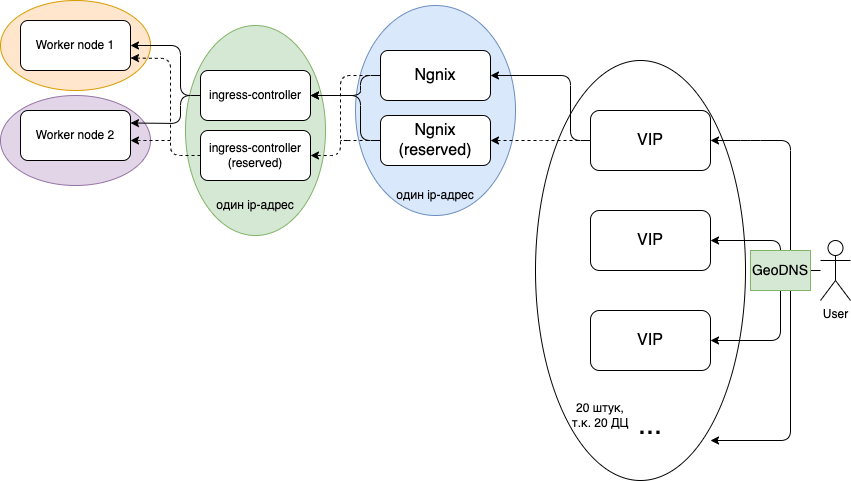
Above: img/local_balancer.png in masharpik/ChadGPT_Highload (draw.io), before the change. Source tidied: cells renumbered, new cells last; positions are measured from the earlier drawing's top-left corner, leaving out a move shared by most shapes.
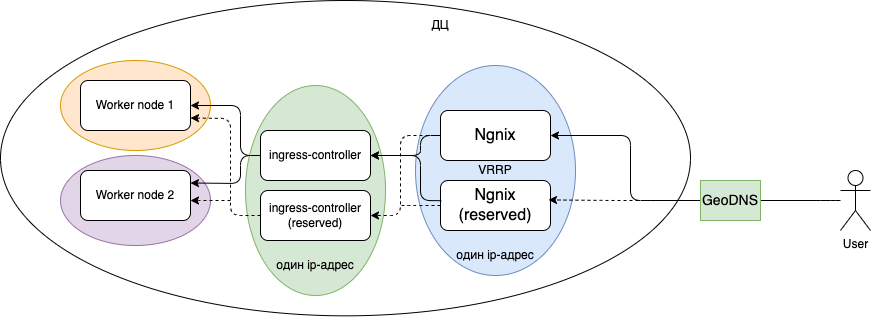
After the change.

The edit, as a diff of the source:
```diff
@@ -2,6 +2,9 @@
   <root>
     <mxCell id="0" />
     <mxCell id="1" parent="0" />
+    <mxCell id="36" style="ellipse;whiteSpace=wrap;html=1;rotation=0;" parent="1" vertex="1">
+      <mxGeometry x="-60" y="-60" width="690" height="315.3" as="geometry" />
+    </mxCell>
     <mxCell id="2" style="ellipse;whiteSpace=wrap;html=1;fillColor=#e1d5e7;strokeColor=#9673a6;" parent="1" vertex="1">
       <mxGeometry y="95" width="150" height="90" as="geometry" />
     </mxCell>
@@ -14,80 +17,40 @@
     <mxCell id="5" style="ellipse;whiteSpace=wrap;html=1;rotation=-90;fillColor=#dae8fc;strokeColor=#6c8ebf;" parent="1" vertex="1">
       <mxGeometry x="330" y="30" width="210" height="160" as="geometry" />
     </mxCell>
-    <mxCell id="6" style="endArrow=classic;html=1;rounded=1;curved=0;" parent="1" edge="1">
-      <mxGeometry relative="1" as="geometry">
-        <mxPoint x="810" y="270" as="sourcePoint" />
-        <mxPoint x="710" y="440" as="targetPoint" />
-        <Array as="points">
-          <mxPoint x="790" y="270" />
-          <mxPoint x="790" y="440" />
-        </Array>
-      </mxGeometry>
-    </mxCell>
-    <mxCell id="7" style="ellipse;whiteSpace=wrap;html=1;rotation=-90;" parent="1" vertex="1">
-      <mxGeometry x="430" y="165" width="420" height="210" as="geometry" />
-    </mxCell>
     <mxCell id="8" value="User" style="shape=umlActor;verticalLabelPosition=bottom;verticalAlign=top;html=1;outlineConnect=0;" parent="1" vertex="1">
-      <mxGeometry x="820" y="240" width="30" height="60" as="geometry" />
+      <mxGeometry x="780" y="110" width="30" height="60" as="geometry" />
     </mxCell>
-    <mxCell id="9" value="&lt;font style=&quot;font-size: 16px;&quot;&gt;VIP&lt;/font&gt;" style="rounded=1;whiteSpace=wrap;html=1;" parent="1" vertex="1">
-      <mxGeometry x="590" y="310" width="120" height="60" as="geometry" />
-    </mxCell>
-    <mxCell id="10" value="&lt;font style=&quot;font-size: 16px;&quot;&gt;VIP&lt;/font&gt;" style="rounded=1;whiteSpace=wrap;html=1;" parent="1" vertex="1">
-      <mxGeometry x="590" y="110" width="120" height="60" as="geometry" />
-    </mxCell>
-    <mxCell id="11" value="&lt;font style=&quot;font-size: 16px;&quot;&gt;VIP&lt;/font&gt;" style="rounded=1;whiteSpace=wrap;html=1;" parent="1" vertex="1">
-      <mxGeometry x="590" y="210" width="120" height="60" as="geometry" />
-    </mxCell>
-    <mxCell id="12" value="&lt;font style=&quot;font-size: 29px;&quot;&gt;...&lt;/font&gt;" style="text;html=1;align=center;verticalAlign=middle;whiteSpace=wrap;rounded=0;" parent="1" vertex="1">
-      <mxGeometry x="620" y="410" width="60" height="30" as="geometry" />
-    </mxCell>
-    <mxCell id="13" style="endArrow=classic;html=1;rounded=1;curved=0;entryX=1;entryY=0.5;entryDx=0;entryDy=0;" parent="1" edge="1" source="8" target="10">
+    <mxCell id="13" style="endArrow=none;html=1;rounded=1;curved=0;endFill=0;" parent="1" edge="1" source="8">
       <mxGeometry relative="1" as="geometry">
+        <mxPoint x="590" y="140" as="targetPoint" />
         <Array as="points">
-          <mxPoint x="790" y="270" />
-          <mxPoint x="790" y="140" />
+          <mxPoint x="770" y="140" />
+          <mxPoint x="720" y="140" />
           <mxPoint x="750" y="140" />
         </Array>
       </mxGeometry>
     </mxCell>
-    <mxCell id="14" style="endArrow=classic;html=1;rounded=1;curved=0;entryX=1;entryY=0.5;entryDx=0;entryDy=0;" parent="1" edge="1" target="11">
-      <mxGeometry relative="1" as="geometry">
-        <mxPoint x="810" y="270" as="sourcePoint" />
-        <Array as="points">
-          <mxPoint x="780" y="270" />
-          <mxPoint x="780" y="240" />
-        </Array>
-      </mxGeometry>
-    </mxCell>
-    <mxCell id="15" style="endArrow=classic;html=1;rounded=1;entryX=1;entryY=0.5;entryDx=0;entryDy=0;curved=0;" parent="1" edge="1" target="9">
-      <mxGeometry relative="1" as="geometry">
-        <mxPoint x="810" y="270" as="sourcePoint" />
-        <Array as="points">
-          <mxPoint x="780" y="270" />
-          <mxPoint x="780" y="340" />
-        </Array>
-      </mxGeometry>
-    </mxCell>
     <mxCell id="16" value="&lt;font style=&quot;font-size: 14px;&quot;&gt;GeoDNS&lt;/font&gt;" style="text;html=1;align=center;verticalAlign=middle;whiteSpace=wrap;rounded=0;fillColor=#d5e8d4;strokeColor=#82b366;" parent="1" vertex="1">
-      <mxGeometry x="750" y="250" width="60" height="40" as="geometry" />
+      <mxGeometry x="640" y="120" width="60" height="40" as="geometry" />
     </mxCell>
     <mxCell id="17" value="&lt;font style=&quot;font-size: 16px;&quot;&gt;Ngnix&lt;/font&gt;" style="rounded=1;whiteSpace=wrap;html=1;" parent="1" vertex="1">
       <mxGeometry x="380" y="50" width="110" height="50" as="geometry" />
     </mxCell>
     <mxCell id="18" value="&lt;font style=&quot;font-size: 16px;&quot;&gt;Ngnix&lt;/font&gt;&lt;div&gt;&lt;font style=&quot;font-size: 16px;&quot;&gt;(reserved)&lt;/font&gt;&lt;/div&gt;" style="rounded=1;whiteSpace=wrap;html=1;" parent="1" vertex="1">
-      <mxGeometry x="380" y="115" width="110" height="50" as="geometry" />
+      <mxGeometry x="380" y="120" width="110" height="50" as="geometry" />
     </mxCell>
-    <mxCell id="19" style="endArrow=classic;html=1;rounded=1;entryX=1;entryY=0.5;entryDx=0;entryDy=0;exitX=0;exitY=0.5;exitDx=0;exitDy=0;curved=0;" parent="1" edge="1" source="10" target="17">
+    <mxCell id="19" style="endArrow=classic;html=1;rounded=1;entryX=1;entryY=0.5;entryDx=0;entryDy=0;exitX=0;exitY=0.5;exitDx=0;exitDy=0;curved=0;" parent="1" edge="1" target="17">
       <mxGeometry relative="1" as="geometry">
+        <mxPoint x="590" y="140" as="sourcePoint" />
         <Array as="points">
           <mxPoint x="570" y="140" />
           <mxPoint x="570" y="75" />
         </Array>
       </mxGeometry>
     </mxCell>
-    <mxCell id="20" style="endArrow=classic;html=1;rounded=1;curved=0;entryX=1;entryY=0.5;entryDx=0;entryDy=0;exitX=0;exitY=0.5;exitDx=0;exitDy=0;dashed=1;" parent="1" edge="1" source="10" target="18">
+    <mxCell id="20" style="endArrow=classic;html=1;rounded=1;curved=0;entryX=0.982;entryY=0.388;entryDx=0;entryDy=0;exitX=0;exitY=0.5;exitDx=0;exitDy=0;dashed=1;entryPerimeter=0;" parent="1" edge="1" target="18">
       <mxGeometry relative="1" as="geometry">
+        <mxPoint x="590" y="140" as="sourcePoint" />
         <Array as="points">
           <mxPoint x="550" y="140" />
         </Array>
@@ -104,7 +67,7 @@
         </Array>
       </mxGeometry>
     </mxCell>
-    <mxCell id="23" style="endArrow=classic;html=1;rounded=1;curved=0;exitX=0;exitY=0.5;exitDx=0;exitDy=0;entryX=1;entryY=0.5;entryDx=0;entryDy=0;" parent="1" edge="1" source="18" target="21">
+    <mxCell id="23" style="endArrow=classic;html=1;rounded=1;curved=0;exitX=0.007;exitY=0.404;exitDx=0;exitDy=0;entryX=1;entryY=0.5;entryDx=0;entryDy=0;exitPerimeter=0;" parent="1" edge="1" source="18" target="21">
       <mxGeometry relative="1" as="geometry">
         <Array as="points">
           <mxPoint x="360" y="140" />
@@ -134,9 +97,6 @@
         </Array>
       </mxGeometry>
     </mxCell>
-    <mxCell id="28" value="20 штук,&lt;div&gt;т.к. 20 ДЦ&lt;/div&gt;" style="text;html=1;align=center;verticalAlign=middle;whiteSpace=wrap;rounded=0;" parent="1" vertex="1">
-      <mxGeometry x="570" y="400" width="60" height="30" as="geometry" />
-    </mxCell>
     <mxCell id="29" value="один ip-адрес" style="text;html=1;align=center;verticalAlign=middle;whiteSpace=wrap;rounded=0;" parent="1" vertex="1">
       <mxGeometry x="385" y="180" width="100" height="30" as="geometry" />
     </mxCell>
@@ -156,10 +116,9 @@
     </mxCell>
     <mxCell id="33" style="endArrow=none;html=1;rounded=1;curved=0;exitX=0;exitY=0.5;exitDx=0;exitDy=0;dashed=1;endFill=0;" parent="1" edge="1" source="18">
       <mxGeometry relative="1" as="geometry">
-        <mxPoint x="340" y="140" as="targetPoint" />
+        <mxPoint x="340" y="145" as="targetPoint" />
         <Array as="points">
-          <mxPoint x="340" y="140" />
-          <mxPoint x="350" y="140" />
+          <mxPoint x="350" y="145" />
         </Array>
       </mxGeometry>
     </mxCell>
@@ -180,5 +139,11 @@
         </Array>
       </mxGeometry>
     </mxCell>
+    <mxCell id="37" value="VRRP" style="text;html=1;align=center;verticalAlign=middle;whiteSpace=wrap;rounded=0;" parent="1" vertex="1">
+      <mxGeometry x="405" y="95" width="60" height="30" as="geometry" />
+    </mxCell>
+    <mxCell id="38" value="ДЦ" style="text;html=1;align=center;verticalAlign=middle;whiteSpace=wrap;rounded=0;" parent="1" vertex="1">
+      <mxGeometry x="350" y="-50" width="60" height="30" as="geometry" />
+    </mxCell>
   </root>
 </mxGraphModel>
```
